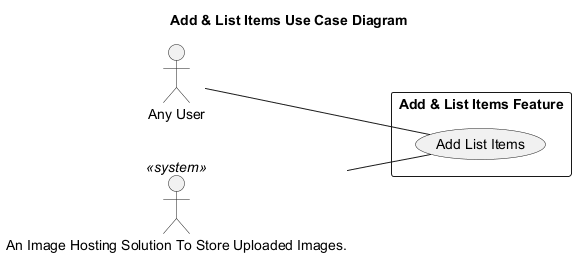
This is services/agentic_service/outputs/retail-store/feature-add-list-items/03_architecture/add_list_items_usecase_v1.png from Dulneth210229/Auto-Forge-MAS, a PlantUML export, as it was before one commit. Source of this version:
```plantuml
@startuml
left to right direction
skinparam packageStyle rectangle
skinparam shadowing false

title Add & List Items Use Case Diagram

actor "Any User" as ACT_001
actor "An Image Hosting Solution To Store Uploaded Images." as ACT_002 <<system>>

rectangle "Add & List Items Feature" {
  usecase "Add List Items" as UC_001
}

ACT_001 -- UC_001
ACT_002 -- UC_001

@enduml
```
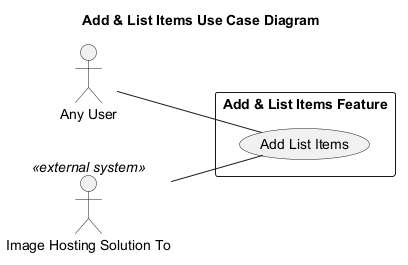
The same file after the commit.

What changed in the source:
```diff
@@ -6,7 +6,7 @@
 title Add & List Items Use Case Diagram
 
 actor "Any User" as ACT_001
-actor "An Image Hosting Solution To Store Uploaded Images." as ACT_002 <<system>>
+actor "Image Hosting Solution To" as ACT_002 <<external system>>
 
 rectangle "Add & List Items Feature" {
   usecase "Add List Items" as UC_001
```
